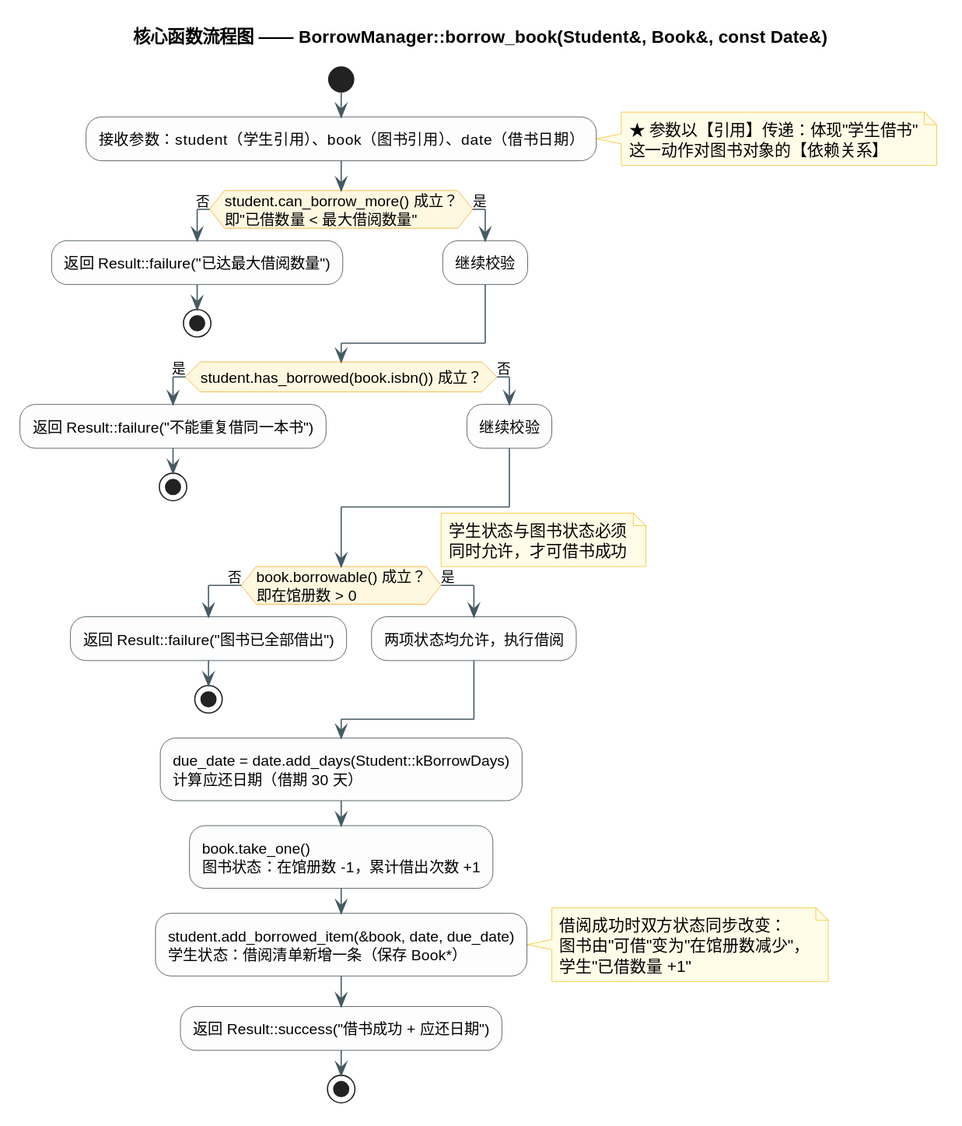
This is docs/uml/img/borrow-flowchart.svg from caZengines/library-management-system, a PlantUML export, as it was before one commit. The source it was exported from:
```plantuml
@startuml
!pragma layout smetana
skinparam dpi 110
skinparam shadowing false
skinparam ArrowColor #455A64
skinparam activity {
  BackgroundColor #FDFDFD
  BorderColor #37474F
  DiamondBackgroundColor #FFF8E1
  DiamondBorderColor #F9A825
  FontSize 12
}
skinparam note {
  BackgroundColor #FFFDE7
  BorderColor #FBC02D
}

title 核心函数流程图 —— BorrowManager::borrow_book(Student&, Book&, const Date&)

start

:接收参数：student（学生引用）、book（图书引用）、date（借书日期）;
note right
  ★ 参数以【引用】传递：体现"学生借书"
  这一动作对图书对象的【依赖关系】
end note

if (student.can_borrow_more() 成立？\n即"已借数量 < 最大借阅数量") then (否)
  :返回 Result::failure("已达最大借阅数量");
  stop
else (是)
  :继续校验;
endif

if (student.has_borrowed(book.isbn()) 成立？) then (是)
  :返回 Result::failure("不能重复借同一本书");
  stop
else (否)
  :继续校验;
endif

if (book.borrowable() 成立？\n即在馆册数 > 0) then (否)
  :返回 Result::failure("图书已全部借出");
  stop
else (是)
  :两项状态均允许，执行借阅;
endif

note right
  学生状态与图书状态必须
  同时允许，才可借书成功
end note

:due_date = date.add_days(Student::kBorrowDays)
计算应还日期（借期 30 天）;

:book.take_one()
图书状态：在馆册数 -1，累计借出次数 +1;

:student.add_borrowed_item(&book, date, due_date)
学生状态：借阅清单新增一条（保存 Book*）;

note right
  借阅成功时双方状态同步改变：
  图书由"可借"变为"在馆册数减少"，
  学生"已借数量 +1"
end note

:返回 Result::success("借书成功 + 应还日期");

stop
@enduml
```
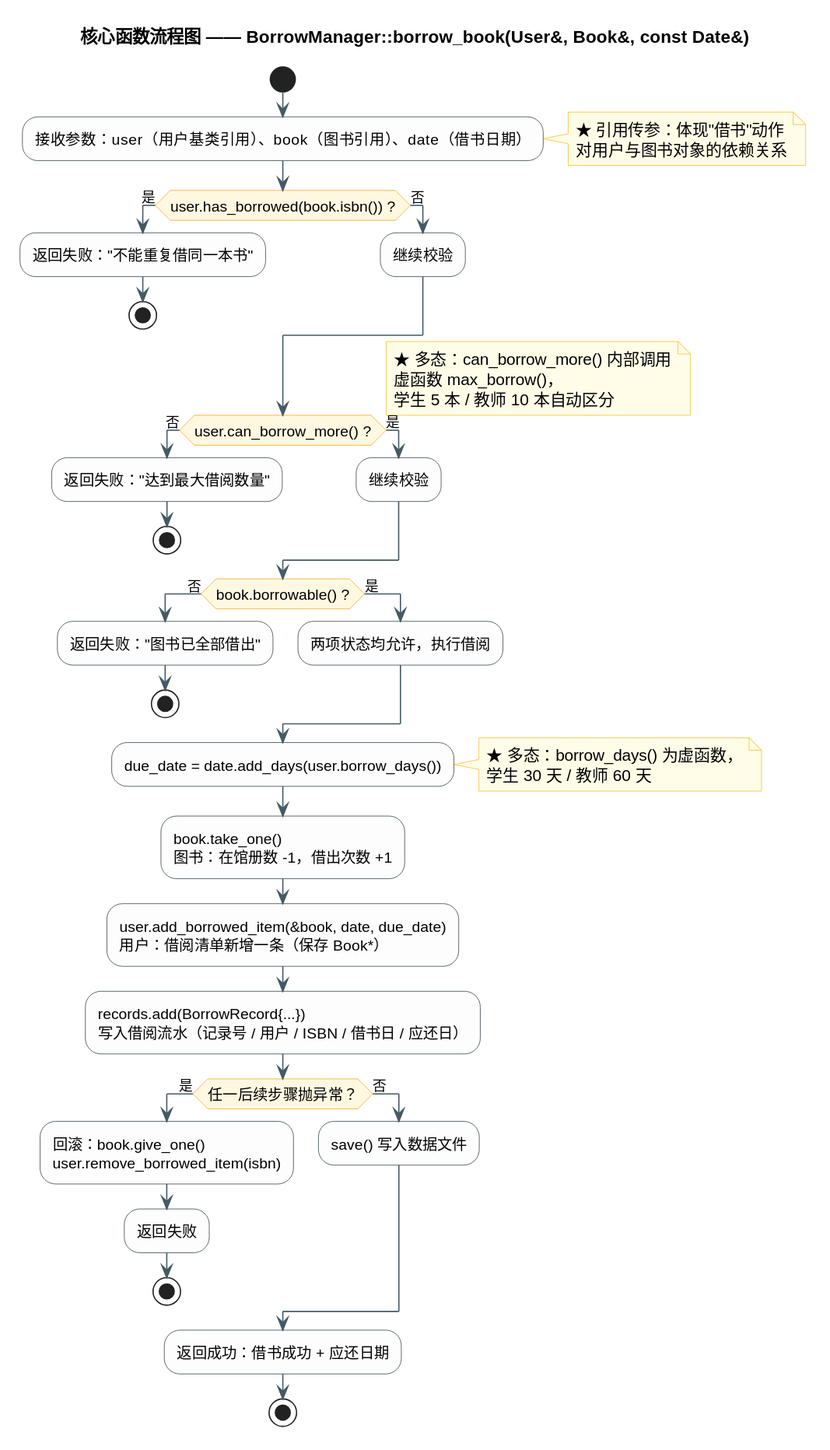
After the change.

Change to the diagram source:
```diff
@@ -15,58 +15,68 @@
   BorderColor #FBC02D
 }
 
-title 核心函数流程图 —— BorrowManager::borrow_book(Student&, Book&, const Date&)
+title 核心函数流程图 —— BorrowManager::borrow_book(User&, Book&, const Date&)
 
 start
 
-:接收参数：student（学生引用）、book（图书引用）、date（借书日期）;
+:接收参数：user（用户基类引用）、book（图书引用）、date（借书日期）;
 note right
-  ★ 参数以【引用】传递：体现"学生借书"
-  这一动作对图书对象的【依赖关系】
+  ★ 引用传参：体现"借书"动作
+  对用户与图书对象的依赖关系
 end note
 
-if (student.can_borrow_more() 成立？\n即"已借数量 < 最大借阅数量") then (否)
-  :返回 Result::failure("已达最大借阅数量");
+if (user.has_borrowed(book.isbn()) ?) then (是)
+  :返回失败："不能重复借同一本书";
+  stop
+else (否)
+  :继续校验;
+endif
+
+if (user.can_borrow_more() ?) then (否)
+  :返回失败："达到最大借阅数量";
   stop
 else (是)
   :继续校验;
 endif
 
-if (student.has_borrowed(book.isbn()) 成立？) then (是)
-  :返回 Result::failure("不能重复借同一本书");
-  stop
-else (否)
-  :继续校验;
-endif
+note right
+  ★ 多态：can_borrow_more() 内部调用
+  虚函数 max_borrow()，
+  学生 5 本 / 教师 10 本自动区分
+end note
 
-if (book.borrowable() 成立？\n即在馆册数 > 0) then (否)
-  :返回 Result::failure("图书已全部借出");
+if (book.borrowable() ?) then (否)
+  :返回失败："图书已全部借出";
   stop
 else (是)
   :两项状态均允许，执行借阅;
 endif
 
+:due_date = date.add_days(user.borrow_days());
 note right
-  学生状态与图书状态必须
-  同时允许，才可借书成功
+  ★ 多态：borrow_days() 为虚函数，
+  学生 30 天 / 教师 60 天
 end note
 
-:due_date = date.add_days(Student::kBorrowDays)
-计算应还日期（借期 30 天）;
+:book.take_one()
+图书：在馆册数 -1，借出次数 +1;
 
-:book.take_one()
-图书状态：在馆册数 -1，累计借出次数 +1;
+:user.add_borrowed_item(&book, date, due_date)
+用户：借阅清单新增一条（保存 Book*）;
 
-:student.add_borrowed_item(&book, date, due_date)
-学生状态：借阅清单新增一条（保存 Book*）;
+:records.add(BorrowRecord{...})
+写入借阅流水（记录号 / 用户 / ISBN / 借书日 / 应还日）;
 
-note right
-  借阅成功时双方状态同步改变：
-  图书由"可借"变为"在馆册数减少"，
-  学生"已借数量 +1"
-end note
+if (任一后续步骤抛异常？) then (是)
+  :回滚：book.give_one()
+  user.remove_borrowed_item(isbn);
+  :返回失败;
+  stop
+else (否)
+  :save() 写入数据文件;
+endif
 
-:返回 Result::success("借书成功 + 应还日期");
+:返回成功：借书成功 + 应还日期;
 
 stop
 @enduml
```
